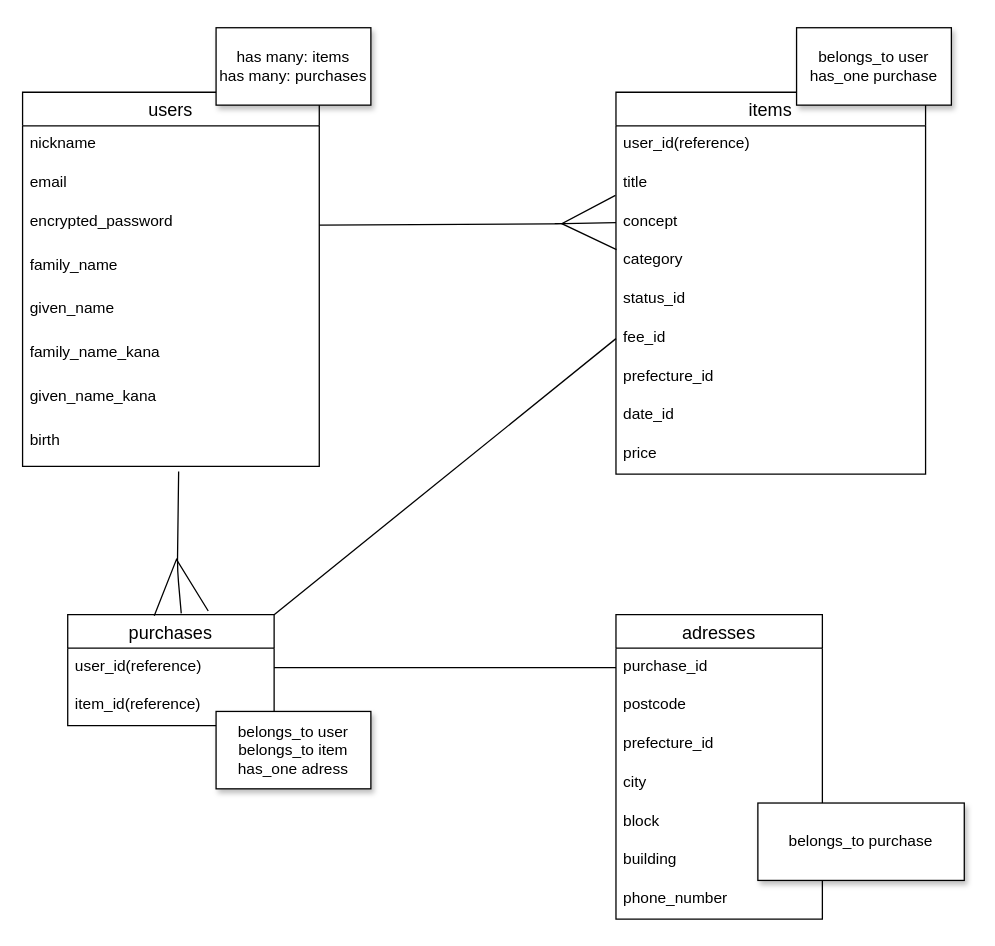
Earlier version of the draw.io diagram ER.dio (kazu0602/furima-32896). Source tidied: cells renumbered, new cells numbered last; positions are measured from the earlier drawing's top-left corner, leaving out a move shared by most shapes. Both pictures are drawn from the tidied source at 129%, with x=0, y=0 at pixel (22, 27).
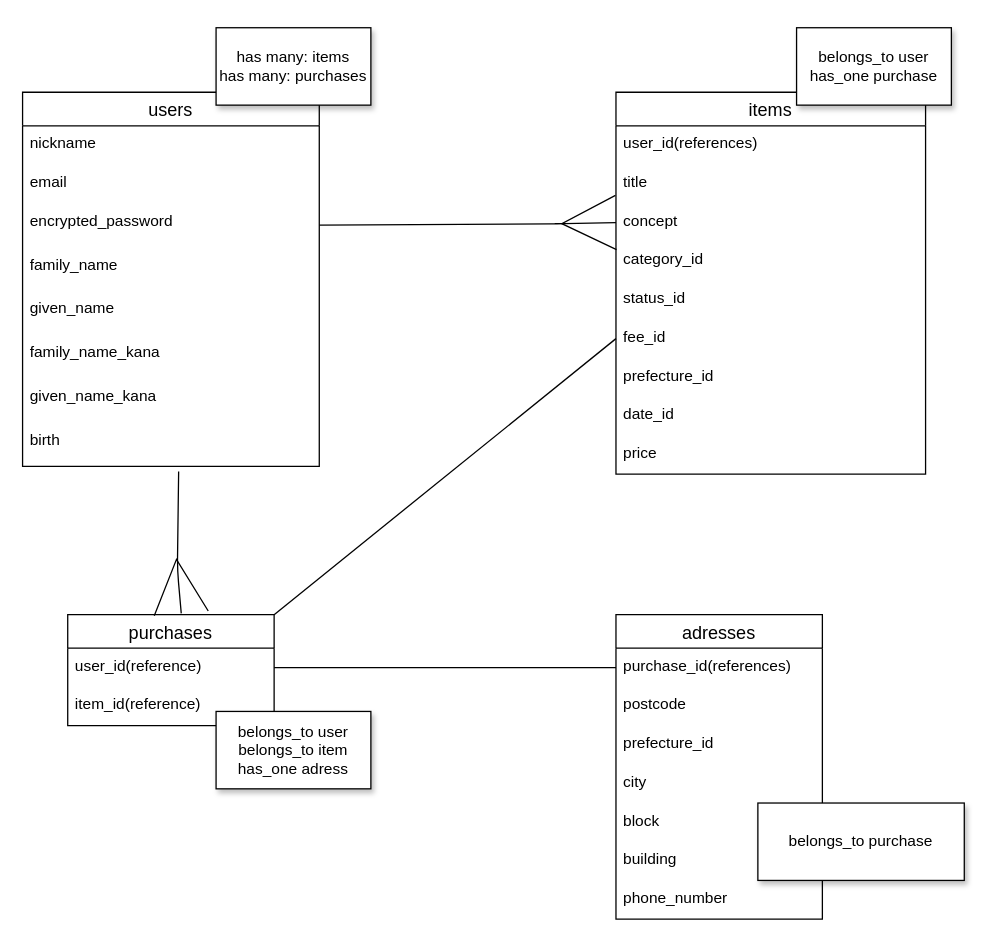
The same diagram, later.

Commit message (it also covers changes not shown here):
6データベース設計

The change refers to these unchanged cells:
```xml
<mxCell id="11" value="items" style="swimlane;fontStyle=0;horizontal=1;startSize=26;align=center;fontSize=14;" parent="1" vertex="1">
  <mxGeometry x="460" y="50" width="240" height="296" as="geometry" />
</mxCell>
<mxCell id="25" value="adresses" style="swimlane;fontStyle=0;horizontal=1;startSize=26;align=center;fontSize=14;rounded=0;sketch=0;" parent="1" vertex="1">
  <mxGeometry x="460" y="455" width="160" height="236" as="geometry" />
</mxCell>
```

Change to the diagram source:
```diff
@@
-    <mxCell id="12" value="user_id(reference)" style="text;strokeColor=none;fillColor=none;spacingLeft=4;spacingRight=4;overflow=hidden;fontSize=12;shadow=1;" parent="11" vertex="1">
+    <mxCell id="12" value="user_id(references)" style="text;strokeColor=none;fillColor=none;spacingLeft=4;spacingRight=4;overflow=hidden;fontSize=12;shadow=1;" parent="11" vertex="1">
       <mxGeometry y="26" width="240" height="30" as="geometry" />
     </mxCell>
@@
-    <mxCell id="15" value="category" style="text;strokeColor=none;fillColor=none;spacingLeft=4;spacingRight=4;overflow=hidden;fontSize=12;" parent="11" vertex="1">
+    <mxCell id="15" value="category_id" style="text;strokeColor=none;fillColor=none;spacingLeft=4;spacingRight=4;overflow=hidden;fontSize=12;" parent="11" vertex="1">
       <mxGeometry y="116" width="240" height="30" as="geometry" />
     </mxCell>
@@
-    <mxCell id="26" value="purchase_id" style="text;strokeColor=none;fillColor=none;spacingLeft=4;spacingRight=4;overflow=hidden;points=[[0,0.5],[1,0.5]];portConstraint=eastwest;fontSize=12;" parent="25" vertex="1">
+    <mxCell id="26" value="purchase_id(references)" style="text;strokeColor=none;fillColor=none;spacingLeft=4;spacingRight=4;overflow=hidden;points=[[0,0.5],[1,0.5]];portConstraint=eastwest;fontSize=12;" parent="25" vertex="1">
       <mxGeometry y="26" width="160" height="30" as="geometry" />
     </mxCell>
```
